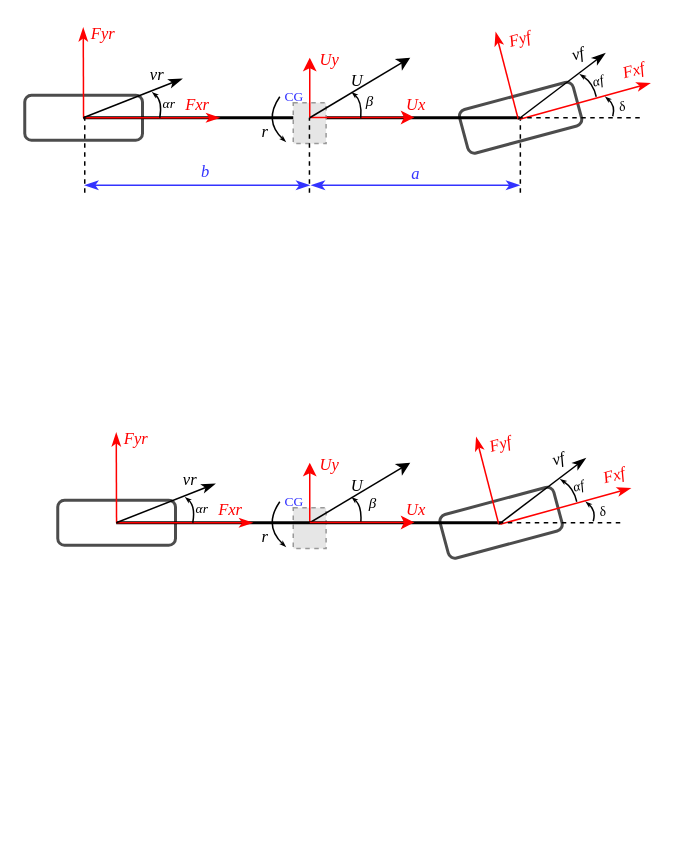
LimingGao/draw_io keeps this draw.io diagram as page "bicycle model" (3 of 4) of 2022_MPC/Vehicle_Models.drawio. Above is the earlier version. Source tidied: cells renumbered, new cells numbered last; positions are measured from the earlier drawing's top-left corner, leaving out a move shared by most shapes. Both pictures are drawn from the tidied source at 150%, with x=0, y=0 at pixel (24, 12). Pictures stored in the file or linked from it are replaced by grey dashed boxes.
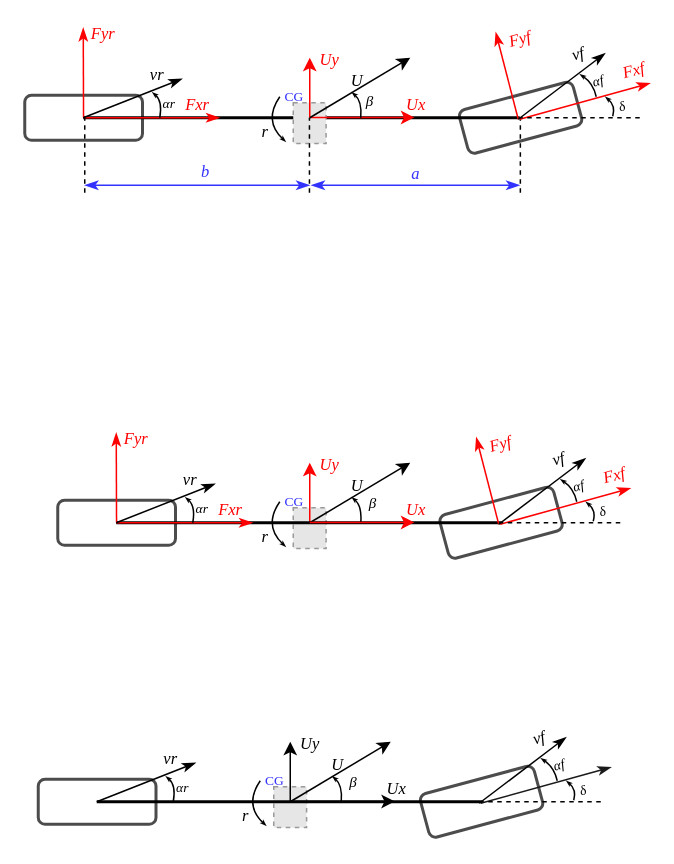
The same page after the edit.

What changed in the source:
```diff
@@
+    <mxCell id="81" style="rounded=1;strokeColor=#000000;strokeWidth=2;fillColor=#ffffff;gradientColor=#ffffff;fontSize=10;opacity=70;align=left;rotation=-15;" parent="1" vertex="1">
+      <mxGeometry x="265.3" y="511" width="78.5" height="30" as="geometry" />
+    </mxCell>
+    <mxCell id="82" style="rounded=1;strokeColor=#000000;strokeWidth=2;fillColor=#ffffff;gradientColor=#ffffff;fontSize=10;opacity=70;align=left;" parent="1" vertex="1">
+      <mxGeometry x="9" y="511" width="78.5" height="30" as="geometry" />
+    </mxCell>
+    <mxCell id="83" style="fillColor=#E6E6E6;strokeColor=#999999;dashed=1;verticalLabelPosition=bottom;labelBackgroundColor=#ffffff;verticalAlign=top;" parent="1" vertex="1">
+      <mxGeometry x="166" y="516" width="21.9" height="27.2" as="geometry" />
+    </mxCell>
+    <mxCell id="84" style="endArrow=classic;startArrow=none;startFill=0;strokeColor=#000000;fontStyle=2;fontColor=#000000;" parent="1" edge="1">
+      <mxGeometry relative="1" as="geometry">
+        <mxPoint x="177" y="526" as="sourcePoint" />
+        <mxPoint x="177" y="486" as="targetPoint" />
+      </mxGeometry>
+    </mxCell>
+    <mxCell id="85" value="Uy" style="edgeLabel;align=center;verticalAlign=middle;fontFamily=Times New Roman;fontColor=#000000;fontStyle=2;labelBackgroundColor=none;" parent="84" vertex="1">
+      <mxGeometry x="0.65" relative="1" as="geometry">
+        <mxPoint x="13" y="-7" as="offset" />
+      </mxGeometry>
+    </mxCell>
+    <mxCell id="86" style="endArrow=classic;startArrow=none;startFill=0;" parent="1" edge="1">
+      <mxGeometry relative="1" as="geometry">
+        <mxPoint x="177" y="526" as="sourcePoint" />
+        <mxPoint x="244" y="486" as="targetPoint" />
+      </mxGeometry>
+    </mxCell>
+    <mxCell id="87" value="Ux" style="edgeLabel;align=center;verticalAlign=middle;fontFamily=Times New Roman;fontColor=#000000;labelBackgroundColor=none;fontStyle=2;" parent="86" vertex="1">
+      <mxGeometry x="0.65" relative="1" as="geometry">
+        <mxPoint x="15.7" y="23.3" as="offset" />
+      </mxGeometry>
+    </mxCell>
+    <mxCell id="88" style="group;" parent="1" vertex="1">
+      <mxGeometry x="33" y="476" width="70" height="90" as="geometry" />
+    </mxCell>
+    <mxCell id="89" style="endArrow=none;fontSize=10;strokeWidth=2;" parent="88" edge="1">
+      <mxGeometry relative="1" as="geometry">
+        <mxPoint x="15" y="50" as="sourcePoint" />
+        <mxPoint x="272" y="50" as="targetPoint" />
+      </mxGeometry>
+    </mxCell>
+    <mxCell id="90" style="endArrow=classicThin;startArrow=none;startFill=0;endFill=1;" parent="88" edge="1">
+      <mxGeometry relative="1" as="geometry">
+        <mxPoint x="15" y="50" as="sourcePoint" />
+        <mxPoint x="81" y="24" as="targetPoint" />
+      </mxGeometry>
+    </mxCell>
+    <mxCell id="91" value="vr" style="edgeLabel;align=center;verticalAlign=middle;fontFamily=Times New Roman;labelBackgroundColor=none;fontStyle=2;" parent="88" vertex="1">
+      <mxGeometry x="78" y="16" as="geometry">
+        <mxPoint x="-14" y="4" as="offset" />
+      </mxGeometry>
+    </mxCell>
+    <mxCell id="92" style="curved=1;endArrow=classicThin;strokeColor=#000000;fontFamily=Times New Roman;fontColor=#FF0000;endFill=1;endSize=1;" parent="88" edge="1">
+      <mxGeometry relative="1" as="geometry">
+        <mxPoint x="66" y="50" as="sourcePoint" />
+        <mxPoint x="61" y="33" as="targetPoint" />
+        <Array as="points">
+          <mxPoint x="68" y="39" />
+        </Array>
+      </mxGeometry>
+    </mxCell>
+    <mxCell id="93" value="αr" style="edgeLabel;align=center;verticalAlign=middle;fontFamily=Times New Roman;fontSize=9;labelBackgroundColor=none;fontStyle=2;" parent="88" vertex="1">
+      <mxGeometry x="72" y="40" as="geometry" />
+    </mxCell>
+    <mxCell id="94" style="group;rotation=-15;" parent="1" vertex="1">
+      <mxGeometry x="307" y="456" width="91" height="60" as="geometry" />
+    </mxCell>
+    <mxCell id="95" style="endArrow=classicThin;startArrow=none;startFill=0;strokeColor=#1A1A1A;endFill=1;" parent="94" edge="1">
+      <mxGeometry relative="1" as="geometry">
+        <mxPoint x="-3" y="71" as="sourcePoint" />
+        <mxPoint x="84" y="47" as="targetPoint" />
+      </mxGeometry>
+    </mxCell>
+    <mxCell id="96" style="endArrow=classicThin;startArrow=none;startFill=0;endFill=1;" parent="94" edge="1">
+      <mxGeometry relative="1" as="geometry">
+        <mxPoint x="-4" y="71" as="sourcePoint" />
+        <mxPoint x="54" y="27" as="targetPoint" />
+      </mxGeometry>
+    </mxCell>
+    <mxCell id="97" value="vf" style="edgeLabel;align=center;verticalAlign=middle;fontFamily=Times New Roman;labelBackgroundColor=none;rotation=-15;fontStyle=2;" parent="94" vertex="1">
+      <mxGeometry x="48" y="19" as="geometry">
+        <mxPoint x="-14" y="4" as="offset" />
+      </mxGeometry>
+    </mxCell>
+    <mxCell id="98" style="curved=1;endArrow=classicThin;strokeColor=#000000;fontFamily=Times New Roman;fontColor=#FF0000;endFill=1;endSize=1;" parent="94" edge="1">
+      <mxGeometry relative="1" as="geometry">
+        <mxPoint x="48" y="56" as="sourcePoint" />
+        <mxPoint x="37" y="41" as="targetPoint" />
+        <Array as="points">
+          <mxPoint x="46" y="47" />
+        </Array>
+      </mxGeometry>
+    </mxCell>
+    <mxCell id="99" value="αf" style="edgeLabel;align=center;verticalAlign=middle;fontFamily=Times New Roman;fontSize=9;labelBackgroundColor=none;rotation=-15;fontStyle=2;" parent="94" vertex="1">
+      <mxGeometry x="51" y="49" as="geometry">
+        <mxPoint x="-0.9" y="-4.4" as="offset" />
+      </mxGeometry>
+    </mxCell>
+    <mxCell id="100" style="endArrow=none;dashed=1;strokeWidth=1;fontFamily=Times New Roman;fontSize=7;fontColor=#000000;" parent="1" edge="1">
+      <mxGeometry relative="1" as="geometry">
+        <mxPoint x="384" y="526" as="sourcePoint" />
+        <mxPoint x="304" y="526" as="targetPoint" />
+      </mxGeometry>
+    </mxCell>
+    <mxCell id="101" value="δ" style="edgeLabel;align=center;verticalAlign=middle;fontFamily=Times New Roman;fontSize=9;labelBackgroundColor=none;rotation=-15;fontStyle=2;" parent="1" vertex="1">
+      <mxGeometry x="374" y="522" as="geometry">
+        <mxPoint x="-0.9" y="-4.4" as="offset" />
+      </mxGeometry>
+    </mxCell>
+    <mxCell id="102" value="CG" style="text;align=center;verticalAlign=middle;points=[];fillColor=none;strokeColor=none;rounded=0;labelBackgroundColor=none;fontFamily=Times New Roman;fontSize=9;fontColor=#3333FF;" parent="1" vertex="1">
+      <mxGeometry x="152" y="502" width="30" height="20" as="geometry" />
+    </mxCell>
+    <mxCell id="103" style="curved=1;endArrow=classicThin;strokeColor=#000000;fontFamily=Times New Roman;fontColor=#FF0000;endFill=1;endSize=1;" parent="1" edge="1">
+      <mxGeometry relative="1" as="geometry">
+        <mxPoint x="211" y="526" as="sourcePoint" />
+        <mxPoint x="205" y="509" as="targetPoint" />
+        <Array as="points">
+          <mxPoint x="212" y="515" />
+        </Array>
+      </mxGeometry>
+    </mxCell>
+    <mxCell id="104" value="β" style="edgeLabel;align=center;verticalAlign=middle;fontFamily=Times New Roman;fontStyle=2;fontSize=10;labelBackgroundColor=none;" parent="1" vertex="1">
+      <mxGeometry x="219.9" y="514" as="geometry">
+        <mxPoint x="-1" y="-2" as="offset" />
+      </mxGeometry>
+    </mxCell>
+    <mxCell id="105" style="curved=1;endArrow=classicThin;strokeColor=#000000;fontFamily=Times New Roman;fontColor=#FF0000;endFill=1;endSize=1;exitX=0.167;exitY=0.5;exitDx=0;exitDy=0;exitPerimeter=0;" parent="1" edge="1" source="102">
+      <mxGeometry relative="1" as="geometry">
+        <mxPoint x="161" y="542" as="targetPoint" />
+        <Array as="points">
+          <mxPoint x="146" y="528" />
+        </Array>
+      </mxGeometry>
+    </mxCell>
+    <mxCell id="106" value="r" style="edgeLabel;align=center;verticalAlign=middle;fontFamily=Times New Roman;fontStyle=2;fontSize=11;labelBackgroundColor=none;" parent="1" vertex="1">
+      <mxGeometry x="150" y="534" as="geometry">
+        <mxPoint x="-3" as="offset" />
+      </mxGeometry>
+    </mxCell>
+    <mxCell id="107" style="curved=1;endArrow=classicThin;strokeColor=#000000;fontFamily=Times New Roman;fontColor=#FF0000;endFill=1;endSize=1;" parent="1" edge="1">
+      <mxGeometry relative="1" as="geometry">
+        <mxPoint x="366" y="525" as="sourcePoint" />
+        <mxPoint x="361" y="512" as="targetPoint" />
+        <Array as="points">
+          <mxPoint x="368" y="518" />
+        </Array>
+      </mxGeometry>
+    </mxCell>
+    <mxCell id="108" style="endArrow=classic;startArrow=none;startFill=0;strokeColor=#000000;fontStyle=2;fontColor=#000000;" parent="1" edge="1">
+      <mxGeometry relative="1" as="geometry">
+        <mxPoint x="177" y="525.8" as="sourcePoint" />
+        <mxPoint x="246.8" y="525.8" as="targetPoint" />
+      </mxGeometry>
+    </mxCell>
+    <mxCell id="109" value="U" style="edgeLabel;align=center;verticalAlign=middle;fontFamily=Times New Roman;fontStyle=2;labelBackgroundColor=none;" parent="108" vertex="1">
+      <mxGeometry x="0.65" relative="1" as="geometry">
+        <mxPoint x="-26.7" y="-25.8" as="offset" />
+      </mxGeometry>
+    </mxCell>
```
